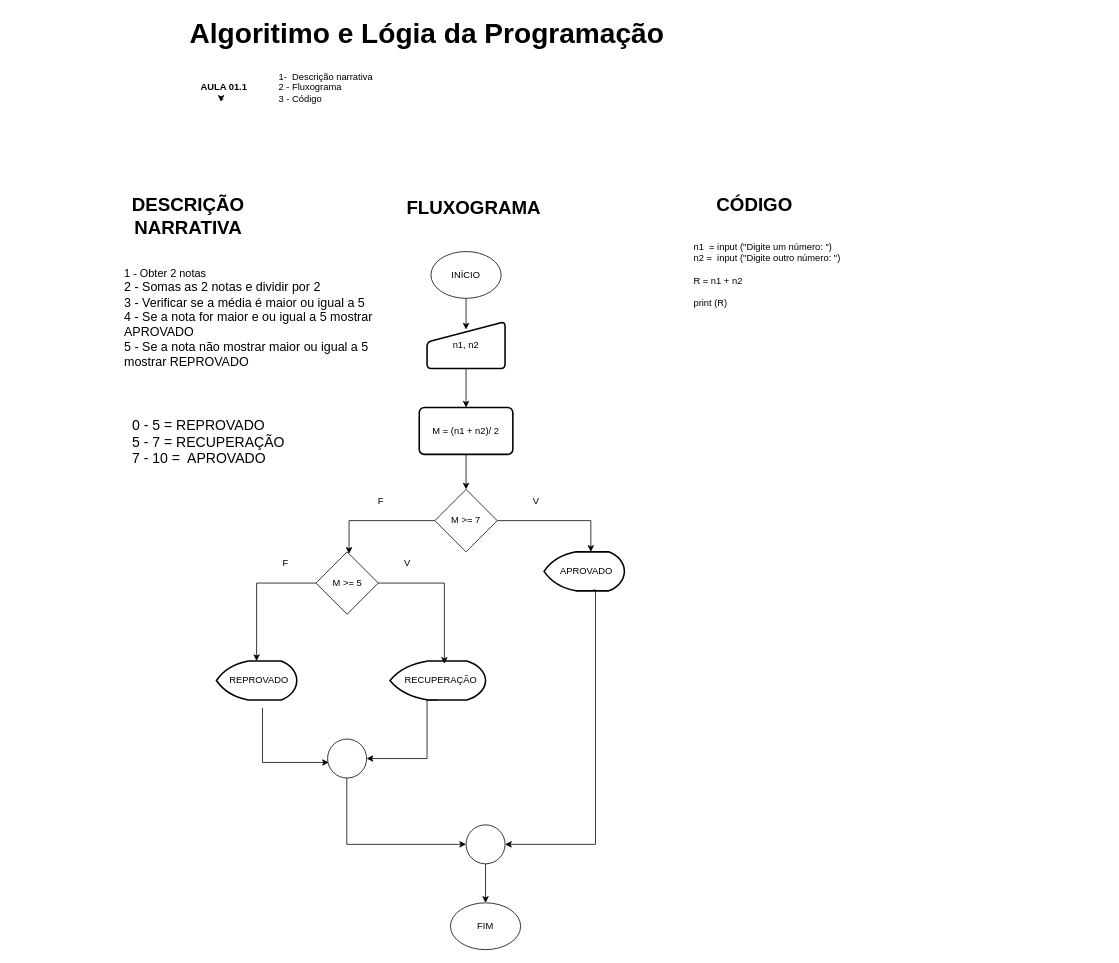
This is aula_01/aula-01-2-media/diagrama_aula_01-2.drawio from ligialopes88/estudos-python, a draw.io file, before an edit. Source tidied: cells renumbered, new cells numbered last; positions are measured from the earlier drawing's top-left corner, leaving out a move shared by most shapes. Both pictures are drawn from the tidied source at 78%, with x=0, y=0 at pixel (114, 13).
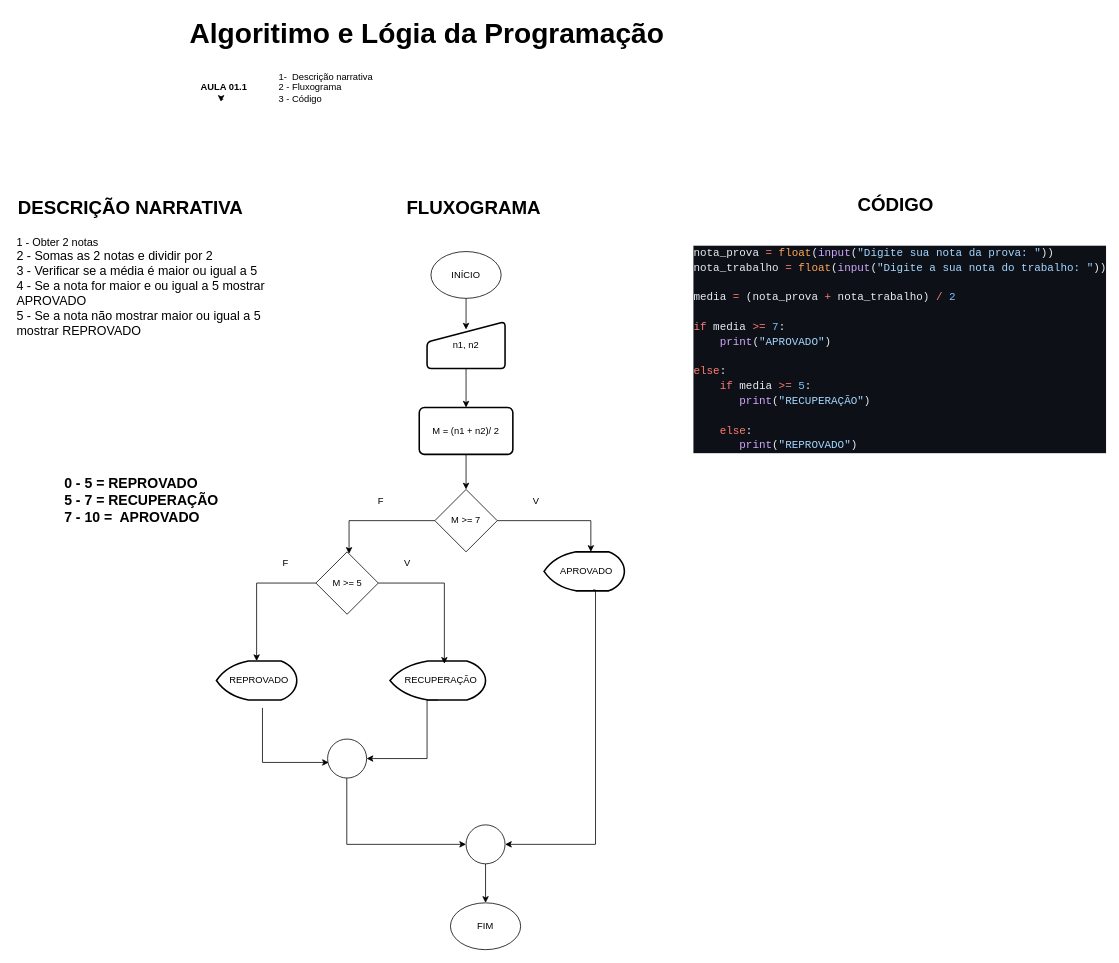
Above is the later version.

What changed in the source:
```diff
@@
     <mxCell id="6" value="&lt;div style=&quot;&quot;&gt;&lt;span style=&quot;background-color: transparent; color: light-dark(rgb(0, 0, 0), rgb(255, 255, 255));&quot;&gt;&lt;font style=&quot;font-size: 14px;&quot;&gt;1 - Obter 2 notas&lt;/font&gt;&lt;/span&gt;&lt;/div&gt;&lt;div style=&quot;&quot;&gt;&lt;font size=&quot;3&quot;&gt;2 - Somas as 2 notas e dividir por 2&lt;/font&gt;&lt;/div&gt;&lt;div style=&quot;&quot;&gt;&lt;font size=&quot;3&quot;&gt;3 - Verificar se a média é maior ou igual a 5&lt;/font&gt;&lt;/div&gt;&lt;div style=&quot;&quot;&gt;&lt;font size=&quot;3&quot;&gt;4 - Se a nota for maior e ou igual a 5 mostrar APROVADO&lt;/font&gt;&lt;/div&gt;&lt;div style=&quot;&quot;&gt;&lt;font size=&quot;3&quot;&gt;5 - Se a nota não mostrar maior ou igual a 5 mostrar REPROVADO&lt;/font&gt;&lt;/div&gt;" style="text;html=1;whiteSpace=wrap;strokeColor=none;fillColor=none;align=left;verticalAlign=middle;rounded=0;" parent="1" vertex="1">
-      <mxGeometry x="11" y="300" width="361" height="180" as="geometry" />
+      <mxGeometry x="-127" y="280" width="361" height="140" as="geometry" />
     </mxCell>
     <mxCell id="7" value="&lt;font style=&quot;font-size: 24px;&quot;&gt;&lt;b&gt;DESCRIÇÃO NARRATIVA&lt;/b&gt;&lt;/font&gt;" style="text;html=1;whiteSpace=wrap;strokeColor=none;fillColor=none;align=center;verticalAlign=middle;rounded=0;" parent="1" vertex="1">
-      <mxGeometry y="245" width="190" height="30" as="geometry" />
+      <mxGeometry x="-129" y="235" width="300" height="30" as="geometry" />
     </mxCell>
@@
     <mxCell id="15" value="&lt;font style=&quot;font-size: 24px;&quot;&gt;&lt;b style=&quot;&quot;&gt;CÓDIGO&lt;/b&gt;&lt;/font&gt;" style="text;html=1;whiteSpace=wrap;strokeColor=none;fillColor=none;align=center;verticalAlign=middle;rounded=0;" parent="1" vertex="1">
-      <mxGeometry x="791" y="230" width="60" height="30" as="geometry" />
+      <mxGeometry x="972" y="230" width="60" height="30" as="geometry" />
     </mxCell>
-    <mxCell id="16" value="&lt;div style=&quot;&quot;&gt;n1&amp;nbsp; = input (&quot;Digite um número: &quot;)&lt;/div&gt;&lt;div style=&quot;&quot;&gt;n2 =&amp;nbsp; input (&quot;Digite outro número: &quot;)&lt;/div&gt;&lt;div style=&quot;&quot;&gt;&lt;br&gt;&lt;/div&gt;&lt;div style=&quot;&quot;&gt;R = n1 + n2&lt;/div&gt;&lt;div style=&quot;&quot;&gt;&lt;br&gt;&lt;/div&gt;&lt;div style=&quot;&quot;&gt;print (R)&lt;/div&gt;" style="text;html=1;whiteSpace=wrap;strokeColor=none;fillColor=none;align=left;verticalAlign=middle;rounded=0;" parent="1" vertex="1">
-      <mxGeometry x="741" y="320" width="210" height="30" as="geometry" />
+    <mxCell id="16" value="&lt;div style=&quot;&quot;&gt;&lt;div style=&quot;color: rgb(230, 237, 243); background-color: rgb(13, 17, 23); font-family: Consolas, &amp;quot;Courier New&amp;quot;, monospace; font-size: 14px; line-height: 19px; white-space: pre;&quot;&gt;&lt;div&gt;nota_prova &lt;span style=&quot;color: #ff7b72;&quot;&gt;=&lt;/span&gt; &lt;span style=&quot;color: #ffa657;&quot;&gt;float&lt;/span&gt;(&lt;span style=&quot;color: #d2a8ff;&quot;&gt;input&lt;/span&gt;(&lt;span style=&quot;color: #a5d6ff;&quot;&gt;&quot;Digite sua nota da prova: &quot;&lt;/span&gt;))&lt;/div&gt;&lt;div&gt;nota_trabalho &lt;span style=&quot;color: #ff7b72;&quot;&gt;=&lt;/span&gt; &lt;span style=&quot;color: #ffa657;&quot;&gt;float&lt;/span&gt;(&lt;span style=&quot;color: #d2a8ff;&quot;&gt;input&lt;/span&gt;(&lt;span style=&quot;color: #a5d6ff;&quot;&gt;&quot;Digite a sua nota do trabalho: &quot;&lt;/span&gt;))&lt;/div&gt;&lt;br&gt;&lt;div&gt;media &lt;span style=&quot;color: #ff7b72;&quot;&gt;=&lt;/span&gt; (nota_prova &lt;span style=&quot;color: #ff7b72;&quot;&gt;+&lt;/span&gt; nota_trabalho) &lt;span style=&quot;color: #ff7b72;&quot;&gt;/&lt;/span&gt; &lt;span style=&quot;color: #79c0ff;&quot;&gt;2&lt;/span&gt;&lt;/div&gt;&lt;br&gt;&lt;div&gt;&lt;span style=&quot;color: #ff7b72;&quot;&gt;if&lt;/span&gt; media &lt;span style=&quot;color: #ff7b72;&quot;&gt;&amp;gt;=&lt;/span&gt; &lt;span style=&quot;color: #79c0ff;&quot;&gt;7&lt;/span&gt;:&lt;/div&gt;&lt;div&gt;&amp;nbsp; &amp;nbsp; &lt;span style=&quot;color: #d2a8ff;&quot;&gt;print&lt;/span&gt;(&lt;span style=&quot;color: #a5d6ff;&quot;&gt;&quot;APROVADO&quot;&lt;/span&gt;)&lt;/div&gt;&lt;br&gt;&lt;div&gt;&lt;span style=&quot;color: #ff7b72;&quot;&gt;else&lt;/span&gt;:&lt;/div&gt;&lt;div&gt;&amp;nbsp; &amp;nbsp; &lt;span style=&quot;color: #ff7b72;&quot;&gt;if&lt;/span&gt; media &lt;span style=&quot;color: #ff7b72;&quot;&gt;&amp;gt;=&lt;/span&gt; &lt;span style=&quot;color: #79c0ff;&quot;&gt;5&lt;/span&gt;:&lt;/div&gt;&lt;div&gt;&amp;nbsp; &amp;nbsp; &amp;nbsp; &amp;nbsp;&lt;span style=&quot;color: #d2a8ff;&quot;&gt;print&lt;/span&gt;(&lt;span style=&quot;color: #a5d6ff;&quot;&gt;&quot;RECUPERAÇÃO&quot;&lt;/span&gt;)&lt;/div&gt;&lt;div&gt;&amp;nbsp; &amp;nbsp; &lt;/div&gt;&lt;div&gt;&amp;nbsp; &amp;nbsp; &lt;span style=&quot;color: #ff7b72;&quot;&gt;else&lt;/span&gt;:&lt;/div&gt;&lt;div&gt;&amp;nbsp; &amp;nbsp; &amp;nbsp; &amp;nbsp;&lt;span style=&quot;color: #d2a8ff;&quot;&gt;print&lt;/span&gt;(&lt;span style=&quot;color: #a5d6ff;&quot;&gt;&quot;REPROVADO&quot;&lt;/span&gt;)&lt;/div&gt;&lt;/div&gt;&lt;/div&gt;" style="text;html=1;whiteSpace=wrap;strokeColor=none;fillColor=none;align=left;verticalAlign=middle;rounded=0;" parent="1" vertex="1">
+      <mxGeometry x="741" y="265" width="500" height="330" as="geometry" />
     </mxCell>
@@
-    <mxCell id="28" value="&lt;div style=&quot;text-align: left;&quot;&gt;&lt;span style=&quot;font-size: 18px; background-color: transparent; color: light-dark(rgb(0, 0, 0), rgb(255, 255, 255));&quot;&gt;0 - 5 = REPROVADO&lt;/span&gt;&lt;/div&gt;&lt;div&gt;&lt;font style=&quot;font-size: 18px;&quot;&gt;5 - 7 = RECUPERAÇÃO&lt;/font&gt;&lt;/div&gt;&lt;div style=&quot;text-align: left;&quot;&gt;&lt;font style=&quot;font-size: 18px;&quot;&gt;7 - 10 =&amp;nbsp; APROVADO&lt;/font&gt;&lt;/div&gt;" style="text;html=1;whiteSpace=wrap;strokeColor=none;fillColor=none;align=center;verticalAlign=middle;rounded=0;" parent="1" vertex="1">
-      <mxGeometry x="11" y="490" width="220" height="120" as="geometry" />
+    <mxCell id="28" value="&lt;div style=&quot;text-align: left;&quot;&gt;&lt;span style=&quot;font-size: 18px; background-color: transparent; color: light-dark(rgb(0, 0, 0), rgb(255, 255, 255));&quot;&gt;&lt;b&gt;0 - 5 = REPROVADO&lt;/b&gt;&lt;/span&gt;&lt;/div&gt;&lt;div&gt;&lt;font style=&quot;font-size: 18px;&quot;&gt;&lt;b&gt;5 - 7 = RECUPERAÇÃO&lt;/b&gt;&lt;/font&gt;&lt;/div&gt;&lt;div style=&quot;text-align: left;&quot;&gt;&lt;font style=&quot;font-size: 18px;&quot;&gt;&lt;b&gt;7 - 10 =&amp;nbsp; APROVADO&lt;/b&gt;&lt;/font&gt;&lt;/div&gt;" style="text;html=1;whiteSpace=wrap;strokeColor=none;fillColor=none;align=center;verticalAlign=middle;rounded=0;" parent="1" vertex="1">
+      <mxGeometry x="-75" y="565" width="220" height="120" as="geometry" />
     </mxCell>
```
